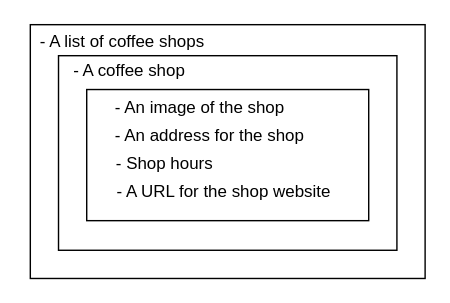
The draw.io diagram web-420/week-6/api/APIdescriptors.drawio in joneskj55/wireframes, before the edit. Source tidied: cells renumbered, new cells numbered last; positions are measured from the earlier drawing's top-left corner, leaving out a move shared by most shapes. Both pictures are drawn from the tidied source at 141%, with x=0, y=0 at pixel (30, 24).
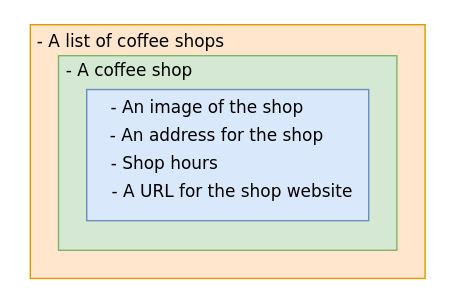
After the change.

Diff of the diagram source:
```diff
@@
 <mxGraphModel>
   <root>
     <mxCell id="0" />
     <mxCell id="1" parent="0" />
-    <mxCell id="2" style="rounded=0;whiteSpace=wrap;html=1;" parent="1" vertex="1">
+    <mxCell id="2" style="rounded=0;whiteSpace=wrap;html=1;fillColor=#ffe6cc;strokeColor=#d79b00;" parent="1" vertex="1">
       <mxGeometry width="280" height="180" as="geometry" />
     </mxCell>
-    <mxCell id="3" style="rounded=0;whiteSpace=wrap;html=1;" parent="1" vertex="1">
+    <mxCell id="3" style="rounded=0;whiteSpace=wrap;html=1;fillColor=#d5e8d4;strokeColor=#82b366;" parent="1" vertex="1">
       <mxGeometry x="20" y="22" width="240" height="138" as="geometry" />
     </mxCell>
-    <mxCell id="4" value="- A list of coffee shops" style="text;html=1;align=center;verticalAlign=middle;" parent="1" vertex="1">
-      <mxGeometry y="2" width="130" height="20" as="geometry" />
+    <mxCell id="4" value="&lt;font face=&quot;Verdana&quot;&gt;- A list of coffee shops&lt;/font&gt;" style="text;html=1;align=center;verticalAlign=middle;" parent="1" vertex="1">
+      <mxGeometry x="-4" y="2" width="150" height="20" as="geometry" />
     </mxCell>
-    <mxCell id="5" value="- A coffee shop" style="text;html=1;align=center;verticalAlign=middle;" parent="1" vertex="1">
-      <mxGeometry x="20" y="23" width="100" height="20" as="geometry" />
+    <mxCell id="5" value="&lt;font face=&quot;Verdana&quot;&gt;- A coffee shop&lt;/font&gt;" style="text;html=1;align=center;verticalAlign=middle;" parent="1" vertex="1">
+      <mxGeometry x="15" y="23" width="110" height="20" as="geometry" />
     </mxCell>
-    <mxCell id="6" style="rounded=0;whiteSpace=wrap;html=1;" parent="1" vertex="1">
+    <mxCell id="6" style="rounded=0;whiteSpace=wrap;html=1;fillColor=#dae8fc;strokeColor=#6c8ebf;" parent="1" vertex="1">
       <mxGeometry x="40" y="46" width="200" height="93" as="geometry" />
     </mxCell>
-    <mxCell id="7" value="- An image of the shop" style="text;html=1;align=center;verticalAlign=middle;" parent="1" vertex="1">
-      <mxGeometry x="50" y="49" width="140" height="20" as="geometry" />
+    <mxCell id="7" value="&lt;div align=&quot;right&quot;&gt;&lt;font face=&quot;Verdana&quot;&gt;- An image of the shop&lt;/font&gt;&lt;/div&gt;" style="text;html=1;align=right;verticalAlign=middle;" parent="1" vertex="1">
+      <mxGeometry x="45" y="49" width="150" height="20" as="geometry" />
     </mxCell>
-    <mxCell id="8" value="- An address for the shop" style="text;html=1;align=center;verticalAlign=middle;" parent="1" vertex="1">
-      <mxGeometry x="52" y="69" width="150" height="20" as="geometry" />
+    <mxCell id="8" value="&lt;font face=&quot;Verdana&quot;&gt;- An address for the shop&lt;/font&gt;" style="text;html=1;align=center;verticalAlign=middle;" parent="1" vertex="1">
+      <mxGeometry x="47" y="69" width="170" height="20" as="geometry" />
     </mxCell>
-    <mxCell id="9" value="- Shop hours" style="text;html=1;align=center;verticalAlign=middle;" parent="1" vertex="1">
-      <mxGeometry x="55" y="89" width="80" height="20" as="geometry" />
+    <mxCell id="9" value="&lt;font face=&quot;Verdana&quot;&gt;- Shop hours&lt;/font&gt;" style="text;html=1;align=center;verticalAlign=middle;" parent="1" vertex="1">
+      <mxGeometry x="50" y="89" width="90" height="20" as="geometry" />
     </mxCell>
-    <mxCell id="10" value="- A URL for the shop website" style="text;html=1;align=center;verticalAlign=middle;" parent="1" vertex="1">
-      <mxGeometry x="52" y="109" width="170" height="20" as="geometry" />
+    <mxCell id="10" value="&lt;font face=&quot;Verdana&quot;&gt;- A URL for the shop website&lt;/font&gt;" style="text;html=1;align=center;verticalAlign=middle;" parent="1" vertex="1">
+      <mxGeometry x="48" y="109" width="190" height="20" as="geometry" />
     </mxCell>
   </root>
 </mxGraphModel>
```
